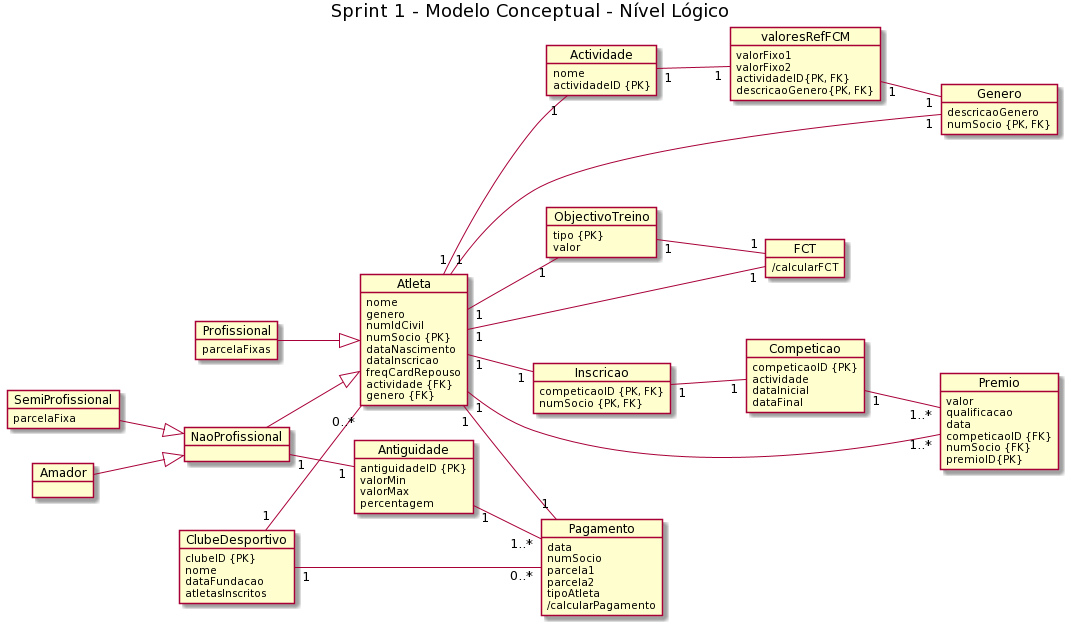
This is V3/Modelo Conceptual - Nivel Logico V3.png from PedroVieiraMiguez/base-dados, a PlantUML export, as it was before one commit.
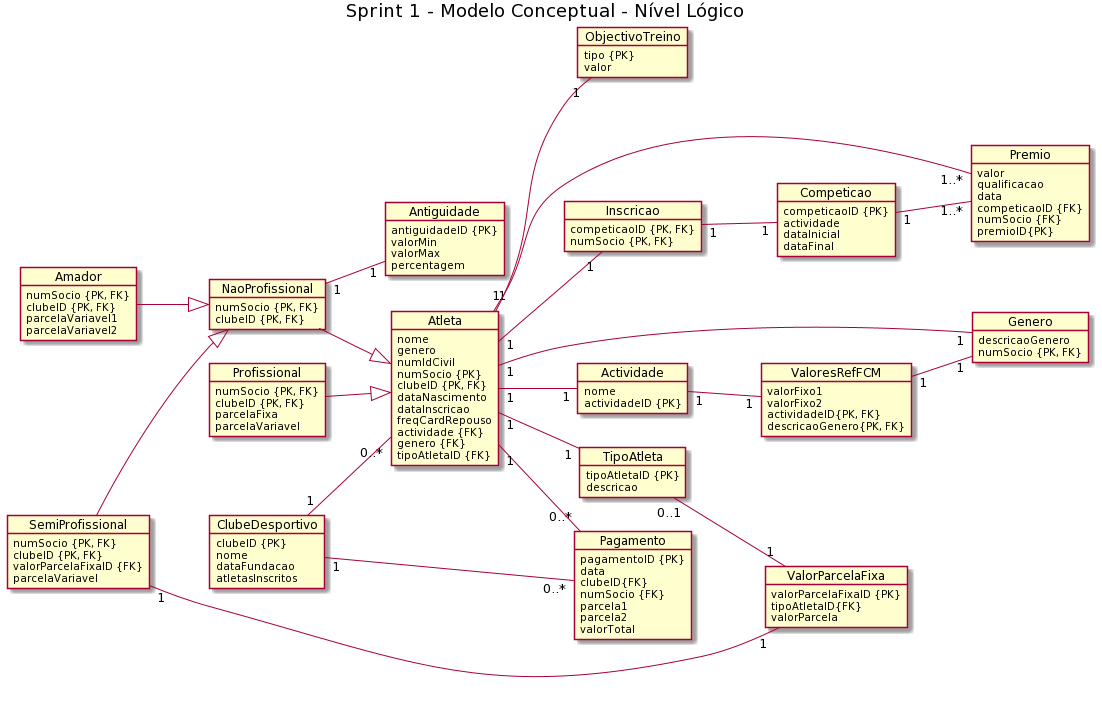
Later version of the same file.

Diff of the diagram source:
```diff
@@ -15,11 +15,13 @@
     genero
     numIdCivil
     numSocio {PK}
+    clubeID {PK, FK}
     dataNascimento
     dataInscricao
     freqCardRepouso
     actividade {FK}
     genero {FK}
+    tipoAtletaID {FK}
 }
 
 object Genero{
@@ -34,20 +36,28 @@
     percentagem
 }
 
-object valoresRefFCM{
+object ValoresRefFCM{
     valorFixo1
     valorFixo2
     actividadeID{PK, FK}
     descricaoGenero{PK, FK}
 }
 
-object FCT{
-    /calcularFCT
-}
 
 object ObjectivoTreino {
     tipo {PK}
     valor
+}
+
+object TipoAtleta {
+    tipoAtletaID {PK}
+    descricao
+}
+
+object ValorParcelaFixa {
+    valorParcelaFixaID {PK}
+    tipoAtletaID{FK}
+    valorParcela
 }
 
 object Competicao {
@@ -63,12 +73,13 @@
 }
 
 object Pagamento {
+    pagamentoID {PK}
     data
-    numSocio
+    clubeID{FK}
+    numSocio {FK}
     parcela1
     parcela2
-    tipoAtleta
-    /calcularPagamento
+    valorTotal
 }
 
 object Premio {
@@ -81,18 +92,29 @@
 }
 
 object Profissional{
-    parcelaFixas
+    numSocio {PK, FK}
+    clubeID {PK, FK}
+    parcelaFixa
+    parcelaVariavel
 }
 
 object NaoProfissional{
+    numSocio {PK, FK}
+    clubeID {PK, FK}
 }
 
 object SemiProfissional{
-    parcelaFixa
+    numSocio {PK, FK}
+    clubeID {PK, FK}
+    valorParcelaFixaID {FK}
+    parcelaVariavel
 }
 
 object Amador{
-
+    numSocio {PK, FK}
+    clubeID {PK, FK}
+    parcelaVariavel1
+    parcelaVariavel2
 }
 
 object Actividade {
@@ -102,7 +124,7 @@
 
 ClubeDesportivo"1"--"0..*"Atleta
 ClubeDesportivo"1"--"0..*"Pagamento
-Atleta"1"--"1"Pagamento
+Atleta"1"--"0..*"Pagamento
 Profissional--|>Atleta
 Amador--|>NaoProfissional
 SemiProfissional--|>NaoProfissional
@@ -110,14 +132,14 @@
 Atleta"1"--"1"Actividade
 Competicao"1"--"1..*"Premio
 Atleta"1"--"1..*"Premio
-FCT"1"--"1"Atleta
 NaoProfissional"1"--"1"Antiguidade
 Atleta"1"--"1"ObjectivoTreino
-Antiguidade"1"--"1..*"Pagamento
-Actividade"1"--"1"valoresRefFCM
-ObjectivoTreino"1"--"1"FCT
+Actividade"1"--"1"ValoresRefFCM
 Atleta"1"--"1"Genero
 Atleta"1"--"1"Inscricao
 Inscricao"1"--"1"Competicao
-valoresRefFCM"1"--"1"Genero
+ValoresRefFCM"1"--"1"Genero
+Atleta"1"--"1"TipoAtleta
+TipoAtleta"0..1"--"1"ValorParcelaFixa
+SemiProfissional"1"--"1"ValorParcelaFixa
 @enduml
```
